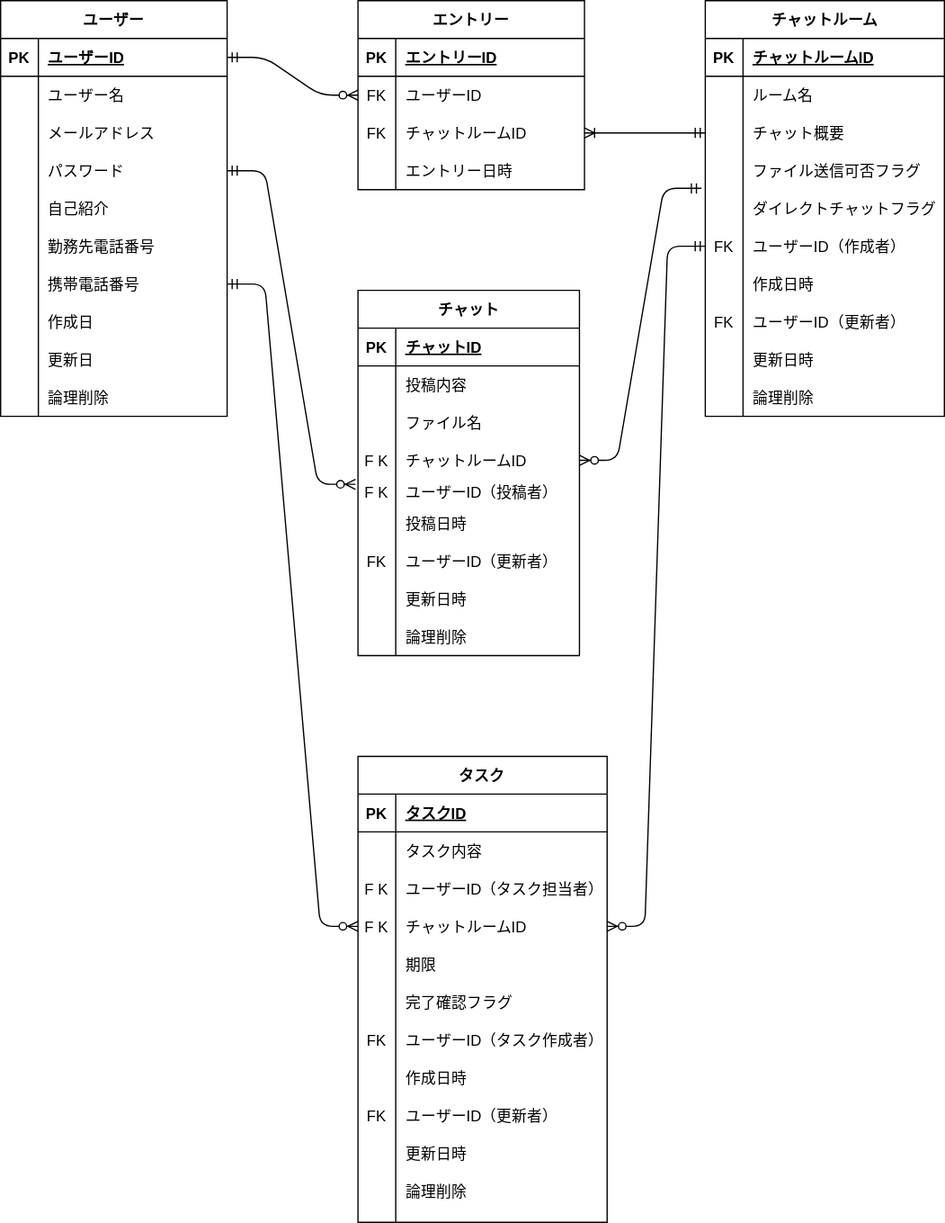
Above: db/db-challenge1/ERDiagram.drawio.svg in Theo08100404/codegym-db (draw.io), before the change. Source tidied: cells renumbered, new cells last; positions are measured from the earlier drawing's top-left corner, leaving out a move shared by most shapes.
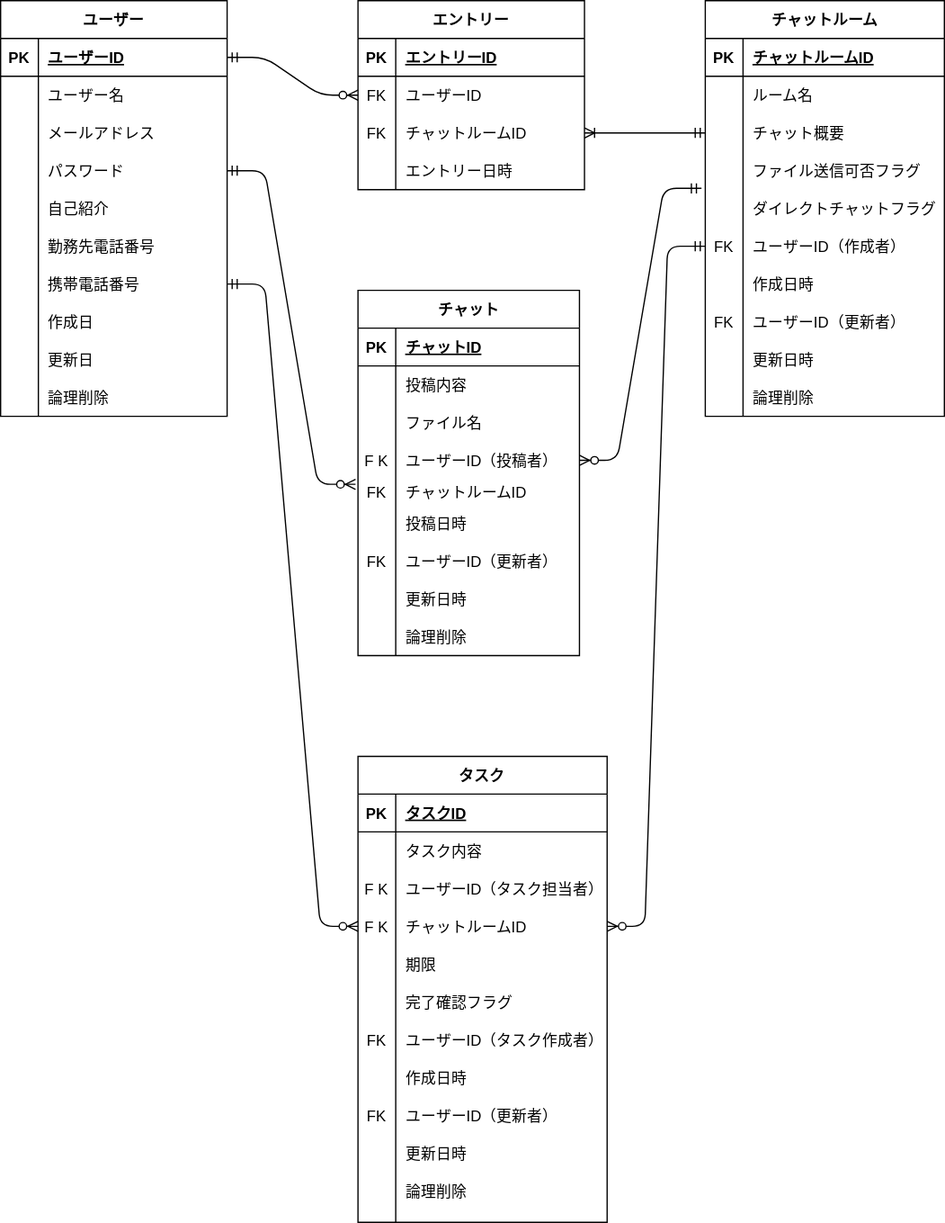
Above is the later version.

Diff of the diagram source:
```diff
@@ -326,16 +326,16 @@
     <mxCell id="109" value="F K" style="shape=partialRectangle;fillColor=none;top=0;left=0;bottom=0;right=0;overflow=hidden;" parent="108" vertex="1">
       <mxGeometry width="30" height="30" as="geometry" />
     </mxCell>
-    <mxCell id="110" value="チャットルームID" style="shape=partialRectangle;fillColor=none;top=0;left=0;bottom=0;right=0;align=left;spacingLeft=6;overflow=hidden;" parent="108" vertex="1">
+    <mxCell id="110" value="ユーザーID（投稿者）" style="shape=partialRectangle;fillColor=none;top=0;left=0;bottom=0;right=0;align=left;spacingLeft=6;overflow=hidden;" parent="108" vertex="1">
       <mxGeometry x="30" width="146" height="30" as="geometry" />
     </mxCell>
     <mxCell id="111" style="shape=partialRectangle;fillColor=none;top=0;left=0;bottom=0;right=0;points=[[0,0.5],[1,0.5]];portConstraint=eastwest;" parent="98" vertex="1">
       <mxGeometry y="150" width="176" height="20" as="geometry" />
     </mxCell>
-    <mxCell id="112" value="F K" style="shape=partialRectangle;fillColor=none;top=0;left=0;bottom=0;right=0;overflow=hidden;" parent="111" vertex="1">
+    <mxCell id="112" value="FK" style="shape=partialRectangle;fillColor=none;top=0;left=0;bottom=0;right=0;overflow=hidden;" parent="111" vertex="1">
       <mxGeometry width="30" height="20" as="geometry" />
     </mxCell>
-    <mxCell id="113" value="ユーザーID（投稿者）" style="shape=partialRectangle;fillColor=none;top=0;left=0;bottom=0;right=0;align=left;spacingLeft=6;overflow=hidden;" parent="111" vertex="1">
+    <mxCell id="113" value="チャットルームID" style="shape=partialRectangle;fillColor=none;top=0;left=0;bottom=0;right=0;align=left;spacingLeft=6;overflow=hidden;" parent="111" vertex="1">
       <mxGeometry x="30" width="146" height="20" as="geometry" />
     </mxCell>
     <mxCell id="114" style="shape=partialRectangle;fillColor=none;top=0;left=0;bottom=0;right=0;" parent="98" vertex="1">
```
